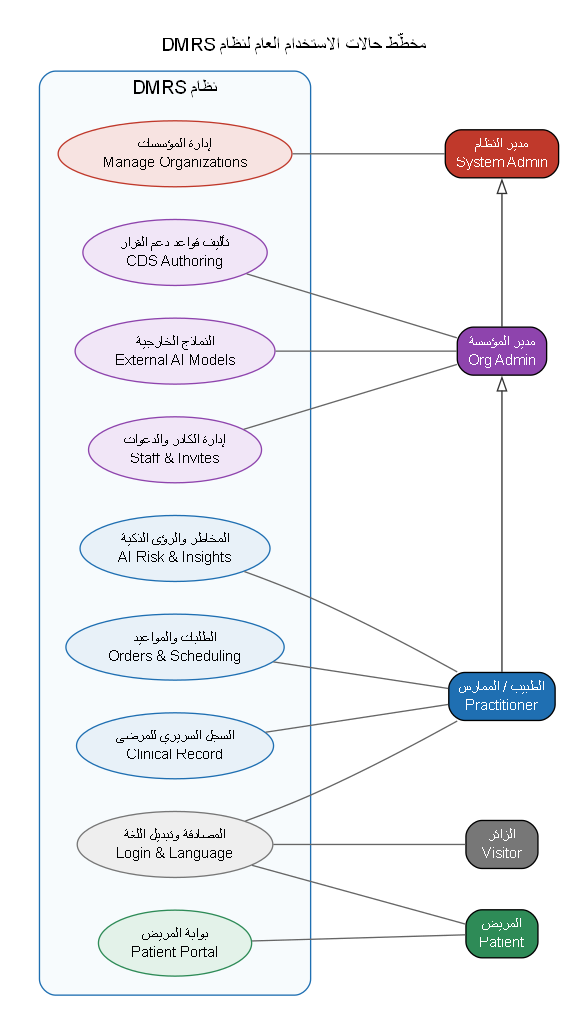
The Graphviz diagram docs/diagrams/usecase-overview.png in Khair69/DMRS, before a commit. Its source is kept beside it as docs/diagrams/usecase-overview.dot.
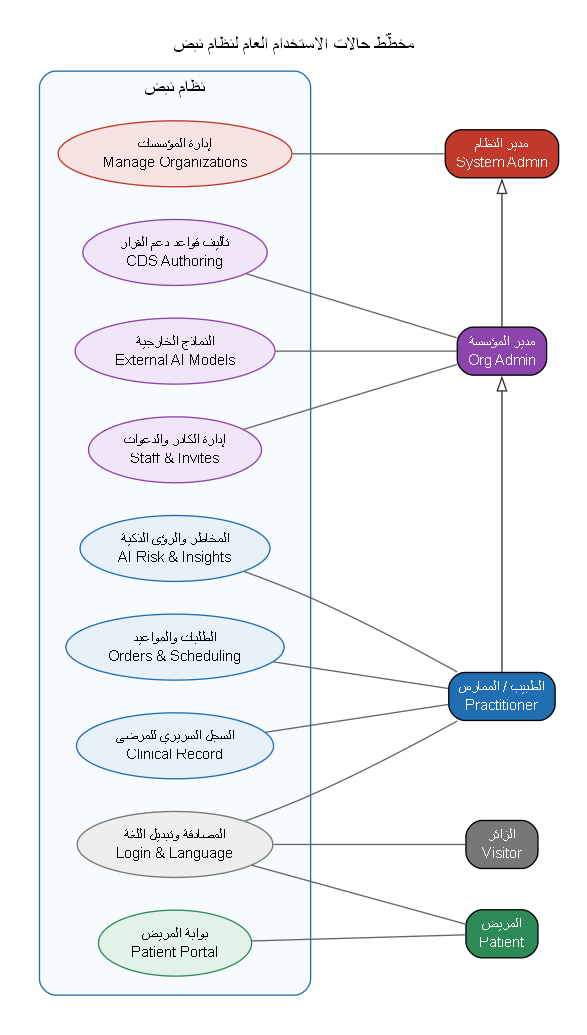
The same diagram one commit later.

Change to the diagram source:
```diff
@@ -1,7 +1,7 @@
 digraph UC {
   rankdir=RL;
   graph [fontname="Arial", fontsize=14, labelloc="t",
-         label="مخطّط حالات الاستخدام العام لنظام DMRS", pad=0.3, nodesep=0.35, ranksep=1.6];
+         label="مخطّط حالات الاستخدام العام لنظام نبض", pad=0.3, nodesep=0.35, ranksep=1.6];
   node  [fontname="Arial", fontsize=11];
   edge  [fontname="Arial", fontsize=9, dir=none, color="#666666"];
 
@@ -17,7 +17,7 @@
   orgadmin -> pract    [dir=back, arrowtail=onormal, color="#333333", constraint=false];
 
   subgraph cluster_sys {
-    label="نظام DMRS"; fontname="Arial"; fontsize=14; style="rounded"; color="#1F6FB2"; bgcolor="#F7FBFD"; margin=14;
+    label="نظام نبض"; fontname="Arial"; fontsize=14; style="rounded"; color="#1F6FB2"; bgcolor="#F7FBFD"; margin=14;
     node [shape=ellipse, style=filled, color="#1F6FB2"];
 
     g_auth   [label="المصادقة وتبديل اللغة\nLogin & Language", fillcolor="#EEEEEE", color="#777777"];
```
